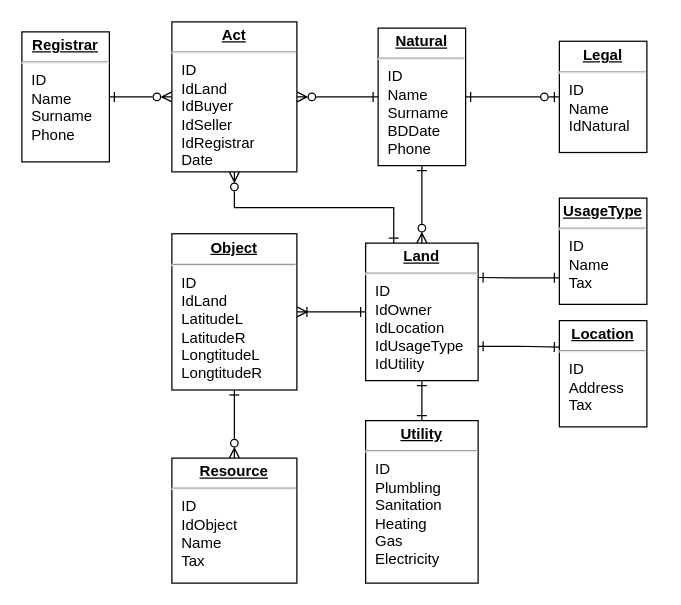
Above: page "Page-1" (1 of 2) of ER-Diagrams/ER Model.drawio in MilaHalko/CurseWork-DB (draw.io), before the change. Source tidied: cells renumbered, new cells numbered last; positions are measured from the earlier drawing's top-left corner, leaving out a move shared by most shapes. Both pictures are drawn from the tidied source at 125%, with x=0, y=0 at pixel (21, 21).
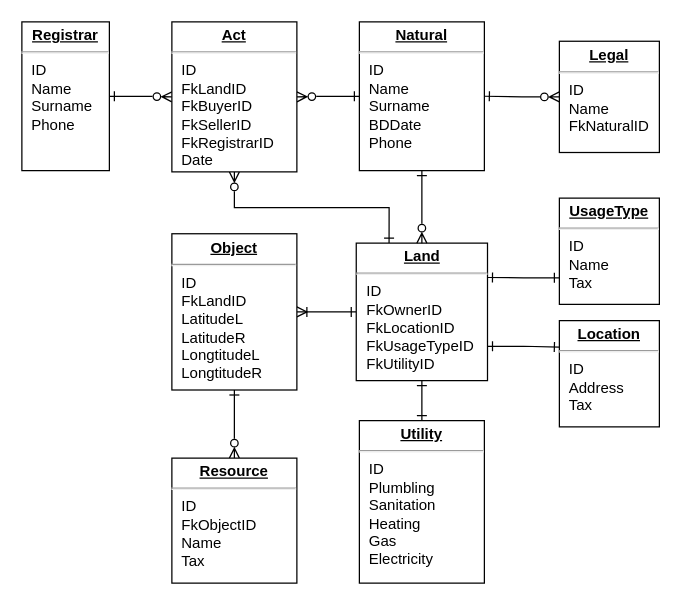
Above is the later version.

Commit message (it also covers changes not shown here):
ER and DB models are constructed by script

Diff of the diagram source:
```diff
@@
-    <mxCell id="6" value="&lt;p style=&quot;margin: 0px ; margin-top: 4px ; text-align: center ; text-decoration: underline&quot;&gt;&lt;b&gt;Land&lt;/b&gt;&lt;/p&gt;&lt;hr&gt;&lt;p style=&quot;margin: 0px ; margin-left: 8px&quot;&gt;ID&lt;/p&gt;&lt;p style=&quot;margin: 0px ; margin-left: 8px&quot;&gt;IdOwner&lt;/p&gt;&lt;p style=&quot;margin: 0px ; margin-left: 8px&quot;&gt;IdLocation&lt;/p&gt;&lt;p style=&quot;margin: 0px ; margin-left: 8px&quot;&gt;IdUsageType&lt;/p&gt;&lt;p style=&quot;margin: 0px ; margin-left: 8px&quot;&gt;IdUtility&lt;/p&gt;&lt;p style=&quot;margin: 0px ; margin-left: 8px&quot;&gt;&lt;br&gt;&lt;/p&gt;" style="verticalAlign=top;align=left;overflow=fill;fontSize=12;fontFamily=Helvetica;html=1;" parent="1" vertex="1">
-      <mxGeometry x="275" y="177" width="90" height="110" as="geometry" />
+    <mxCell id="6" value="&lt;p style=&quot;margin: 0px ; margin-top: 4px ; text-align: center ; text-decoration: underline&quot;&gt;&lt;b&gt;Land&lt;/b&gt;&lt;/p&gt;&lt;hr&gt;&lt;p style=&quot;margin: 0px ; margin-left: 8px&quot;&gt;ID&lt;/p&gt;&lt;p style=&quot;margin: 0px ; margin-left: 8px&quot;&gt;FkOwnerID&lt;/p&gt;&lt;p style=&quot;margin: 0px ; margin-left: 8px&quot;&gt;FkLocationID&lt;/p&gt;&lt;p style=&quot;margin: 0px ; margin-left: 8px&quot;&gt;FkUsageTypeID&lt;/p&gt;&lt;p style=&quot;margin: 0px ; margin-left: 8px&quot;&gt;FkUtilityID&lt;/p&gt;&lt;p style=&quot;margin: 0px ; margin-left: 8px&quot;&gt;&lt;br&gt;&lt;/p&gt;" style="verticalAlign=top;align=left;overflow=fill;fontSize=12;fontFamily=Helvetica;html=1;" parent="1" vertex="1">
+      <mxGeometry x="267.5" y="177" width="105" height="110" as="geometry" />
     </mxCell>
@@
     <mxCell id="10" value="&lt;p style=&quot;margin: 0px ; margin-top: 4px ; text-align: center ; text-decoration: underline&quot;&gt;&lt;b&gt;Natural&lt;/b&gt;&lt;/p&gt;&lt;hr&gt;&lt;p style=&quot;margin: 0px ; margin-left: 8px&quot;&gt;ID&lt;/p&gt;&lt;p style=&quot;margin: 0px ; margin-left: 8px&quot;&gt;Name&lt;/p&gt;&lt;p style=&quot;margin: 0px ; margin-left: 8px&quot;&gt;Surname&lt;/p&gt;&lt;p style=&quot;margin: 0px ; margin-left: 8px&quot;&gt;BDDate&lt;/p&gt;&lt;p style=&quot;margin: 0px ; margin-left: 8px&quot;&gt;Phone&lt;/p&gt;&lt;p style=&quot;margin: 0px ; margin-left: 8px&quot;&gt;&lt;br&gt;&lt;/p&gt;" style="verticalAlign=top;align=left;overflow=fill;fontSize=12;fontFamily=Helvetica;html=1;" parent="1" vertex="1">
-      <mxGeometry x="285" y="5" width="70" height="110" as="geometry" />
+      <mxGeometry x="270" width="100" height="119" as="geometry" />
     </mxCell>
-    <mxCell id="11" style="edgeStyle=orthogonalEdgeStyle;rounded=0;jettySize=auto;html=1;exitX=0;exitY=0.5;exitDx=0;exitDy=0;entryX=1;entryY=0.5;entryDx=0;entryDy=0;startArrow=ERzeroToOne;startFill=0;endArrow=ERone;endFill=0;" parent="1" edge="1" source="12" target="10">
+    <mxCell id="11" style="edgeStyle=orthogonalEdgeStyle;rounded=0;jettySize=auto;html=1;exitX=0;exitY=0.5;exitDx=0;exitDy=0;entryX=1;entryY=0.5;entryDx=0;entryDy=0;startArrow=ERzeroToMany;startFill=0;endArrow=ERone;endFill=0;" parent="1" edge="1" source="12" target="10">
       <mxGeometry relative="1" as="geometry" />
     </mxCell>
-    <mxCell id="12" value="&lt;p style=&quot;margin: 0px ; margin-top: 4px ; text-align: center ; text-decoration: underline&quot;&gt;&lt;b&gt;Legal&lt;/b&gt;&lt;/p&gt;&lt;hr&gt;&lt;p style=&quot;margin: 0px ; margin-left: 8px&quot;&gt;ID&lt;/p&gt;&lt;p style=&quot;margin: 0px ; margin-left: 8px&quot;&gt;Name&lt;/p&gt;&lt;p style=&quot;margin: 0px ; margin-left: 8px&quot;&gt;IdNatural&lt;/p&gt;&lt;p style=&quot;margin: 0px ; margin-left: 8px&quot;&gt;&lt;br&gt;&lt;/p&gt;" style="verticalAlign=top;align=left;overflow=fill;fontSize=12;fontFamily=Helvetica;html=1;" parent="1" vertex="1">
-      <mxGeometry x="430" y="15.5" width="70" height="89" as="geometry" />
+    <mxCell id="12" value="&lt;p style=&quot;margin: 0px ; margin-top: 4px ; text-align: center ; text-decoration: underline&quot;&gt;&lt;b&gt;Legal&lt;/b&gt;&lt;/p&gt;&lt;hr&gt;&lt;p style=&quot;margin: 0px ; margin-left: 8px&quot;&gt;ID&lt;/p&gt;&lt;p style=&quot;margin: 0px ; margin-left: 8px&quot;&gt;Name&lt;/p&gt;&lt;p style=&quot;margin: 0px ; margin-left: 8px&quot;&gt;FkNaturalID&lt;/p&gt;&lt;p style=&quot;margin: 0px ; margin-left: 8px&quot;&gt;&lt;br&gt;&lt;/p&gt;" style="verticalAlign=top;align=left;overflow=fill;fontSize=12;fontFamily=Helvetica;html=1;" parent="1" vertex="1">
+      <mxGeometry x="430" y="15.5" width="80" height="89" as="geometry" />
     </mxCell>
     <mxCell id="13" value="&lt;p style=&quot;margin: 0px ; margin-top: 4px ; text-align: center ; text-decoration: underline&quot;&gt;&lt;b&gt;Location&lt;/b&gt;&lt;/p&gt;&lt;hr&gt;&lt;p style=&quot;margin: 0px ; margin-left: 8px&quot;&gt;ID&lt;/p&gt;&lt;p style=&quot;margin: 0px ; margin-left: 8px&quot;&gt;Address&lt;/p&gt;&lt;p style=&quot;margin: 0px ; margin-left: 8px&quot;&gt;Tax&lt;/p&gt;&lt;p style=&quot;margin: 0px ; margin-left: 8px&quot;&gt;&lt;br&gt;&lt;/p&gt;&lt;p style=&quot;margin: 0px ; margin-left: 8px&quot;&gt;&lt;br&gt;&lt;/p&gt;" style="verticalAlign=top;align=left;overflow=fill;fontSize=12;fontFamily=Helvetica;html=1;" parent="1" vertex="1">
-      <mxGeometry x="430" y="239" width="70" height="85" as="geometry" />
+      <mxGeometry x="430" y="239" width="80" height="85" as="geometry" />
     </mxCell>
@@
     <mxCell id="15" value="&lt;p style=&quot;margin: 0px ; margin-top: 4px ; text-align: center ; text-decoration: underline&quot;&gt;&lt;b&gt;UsageType&lt;/b&gt;&lt;/p&gt;&lt;hr&gt;&lt;p style=&quot;margin: 0px ; margin-left: 8px&quot;&gt;ID&lt;/p&gt;&lt;p style=&quot;margin: 0px ; margin-left: 8px&quot;&gt;Name&lt;/p&gt;&lt;p style=&quot;margin: 0px ; margin-left: 8px&quot;&gt;Tax&lt;/p&gt;&lt;p style=&quot;margin: 0px ; margin-left: 8px&quot;&gt;&lt;br&gt;&lt;/p&gt;" style="verticalAlign=top;align=left;overflow=fill;fontSize=12;fontFamily=Helvetica;html=1;" parent="1" vertex="1">
-      <mxGeometry x="430" y="141" width="70" height="85" as="geometry" />
+      <mxGeometry x="430" y="141" width="80" height="85" as="geometry" />
     </mxCell>
@@
-    <mxCell id="17" value="&lt;p style=&quot;margin: 0px ; margin-top: 4px ; text-align: center ; text-decoration: underline&quot;&gt;&lt;b&gt;Object&lt;/b&gt;&lt;/p&gt;&lt;hr&gt;&lt;p style=&quot;margin: 0px ; margin-left: 8px&quot;&gt;ID&lt;/p&gt;&lt;p style=&quot;margin: 0px ; margin-left: 8px&quot;&gt;IdLand&lt;/p&gt;&lt;p style=&quot;margin: 0px ; margin-left: 8px&quot;&gt;LatitudeL&lt;/p&gt;&lt;p style=&quot;margin: 0px ; margin-left: 8px&quot;&gt;LatitudeR&lt;/p&gt;&lt;p style=&quot;margin: 0px ; margin-left: 8px&quot;&gt;LongtitudeL&lt;/p&gt;&lt;p style=&quot;margin: 0px ; margin-left: 8px&quot;&gt;LongtitudeR&lt;/p&gt;&lt;p style=&quot;margin: 0px ; margin-left: 8px&quot;&gt;&lt;br&gt;&lt;/p&gt;" style="verticalAlign=top;align=left;overflow=fill;fontSize=12;fontFamily=Helvetica;html=1;" parent="1" vertex="1">
+    <mxCell id="17" value="&lt;p style=&quot;margin: 0px ; margin-top: 4px ; text-align: center ; text-decoration: underline&quot;&gt;&lt;b&gt;Object&lt;/b&gt;&lt;/p&gt;&lt;hr&gt;&lt;p style=&quot;margin: 0px ; margin-left: 8px&quot;&gt;ID&lt;/p&gt;&lt;p style=&quot;margin: 0px ; margin-left: 8px&quot;&gt;FkLandID&lt;/p&gt;&lt;p style=&quot;margin: 0px ; margin-left: 8px&quot;&gt;LatitudeL&lt;/p&gt;&lt;p style=&quot;margin: 0px ; margin-left: 8px&quot;&gt;LatitudeR&lt;/p&gt;&lt;p style=&quot;margin: 0px ; margin-left: 8px&quot;&gt;LongtitudeL&lt;/p&gt;&lt;p style=&quot;margin: 0px ; margin-left: 8px&quot;&gt;LongtitudeR&lt;/p&gt;&lt;p style=&quot;margin: 0px ; margin-left: 8px&quot;&gt;&lt;br&gt;&lt;/p&gt;" style="verticalAlign=top;align=left;overflow=fill;fontSize=12;fontFamily=Helvetica;html=1;" parent="1" vertex="1">
       <mxGeometry x="120" y="169.5" width="100" height="125" as="geometry" />
     </mxCell>
-    <mxCell id="18" value="&lt;p style=&quot;margin: 0px ; margin-top: 4px ; text-align: center ; text-decoration: underline&quot;&gt;&lt;b&gt;Resource&lt;/b&gt;&lt;/p&gt;&lt;hr&gt;&lt;p style=&quot;margin: 0px ; margin-left: 8px&quot;&gt;ID&lt;/p&gt;&lt;p style=&quot;margin: 0px ; margin-left: 8px&quot;&gt;IdObject&lt;/p&gt;&lt;p style=&quot;margin: 0px ; margin-left: 8px&quot;&gt;Name&lt;/p&gt;&lt;p style=&quot;margin: 0px ; margin-left: 8px&quot;&gt;Tax&lt;/p&gt;&lt;p style=&quot;margin: 0px ; margin-left: 8px&quot;&gt;&lt;br&gt;&lt;/p&gt;" style="verticalAlign=top;align=left;overflow=fill;fontSize=12;fontFamily=Helvetica;html=1;" parent="1" vertex="1">
+    <mxCell id="18" value="&lt;p style=&quot;margin: 0px ; margin-top: 4px ; text-align: center ; text-decoration: underline&quot;&gt;&lt;b&gt;Resource&lt;/b&gt;&lt;/p&gt;&lt;hr&gt;&lt;p style=&quot;margin: 0px ; margin-left: 8px&quot;&gt;ID&lt;/p&gt;&lt;p style=&quot;margin: 0px ; margin-left: 8px&quot;&gt;FkObjectID&lt;/p&gt;&lt;p style=&quot;margin: 0px ; margin-left: 8px&quot;&gt;Name&lt;/p&gt;&lt;p style=&quot;margin: 0px ; margin-left: 8px&quot;&gt;Tax&lt;/p&gt;&lt;p style=&quot;margin: 0px ; margin-left: 8px&quot;&gt;&lt;br&gt;&lt;/p&gt;" style="verticalAlign=top;align=left;overflow=fill;fontSize=12;fontFamily=Helvetica;html=1;" parent="1" vertex="1">
       <mxGeometry x="120" y="349" width="100" height="100" as="geometry" />
     </mxCell>
     <mxCell id="19" value="&lt;p style=&quot;margin: 0px ; margin-top: 4px ; text-align: center ; text-decoration: underline&quot;&gt;&lt;b&gt;Utility&lt;/b&gt;&lt;/p&gt;&lt;hr&gt;&lt;p style=&quot;margin: 0px ; margin-left: 8px&quot;&gt;ID&lt;/p&gt;&lt;p style=&quot;margin: 0px ; margin-left: 8px&quot;&gt;Plumbling&lt;/p&gt;&lt;p style=&quot;margin: 0px ; margin-left: 8px&quot;&gt;Sanitation&lt;/p&gt;&lt;p style=&quot;margin: 0px ; margin-left: 8px&quot;&gt;Heating&lt;/p&gt;&lt;p style=&quot;margin: 0px ; margin-left: 8px&quot;&gt;Gas&lt;/p&gt;&lt;p style=&quot;margin: 0px ; margin-left: 8px&quot;&gt;Electricity&lt;/p&gt;&lt;p style=&quot;margin: 0px ; margin-left: 8px&quot;&gt;&lt;br&gt;&lt;/p&gt;" style="verticalAlign=top;align=left;overflow=fill;fontSize=12;fontFamily=Helvetica;html=1;" parent="1" vertex="1">
-      <mxGeometry x="275" y="319" width="90" height="130" as="geometry" />
+      <mxGeometry x="270" y="319" width="100" height="130" as="geometry" />
     </mxCell>
@@
     <mxCell id="21" value="&lt;p style=&quot;margin: 0px ; margin-top: 4px ; text-align: center ; text-decoration: underline&quot;&gt;&lt;b&gt;Registrar&lt;/b&gt;&lt;/p&gt;&lt;hr&gt;&lt;p style=&quot;margin: 0px ; margin-left: 8px&quot;&gt;ID&lt;/p&gt;&lt;p style=&quot;margin: 0px ; margin-left: 8px&quot;&gt;Name&lt;/p&gt;&lt;p style=&quot;margin: 0px ; margin-left: 8px&quot;&gt;Surname&lt;/p&gt;&lt;p style=&quot;margin: 0px ; margin-left: 8px&quot;&gt;Phone&lt;/p&gt;&lt;p style=&quot;margin: 0px ; margin-left: 8px&quot;&gt;&lt;br&gt;&lt;/p&gt;" style="verticalAlign=top;align=left;overflow=fill;fontSize=12;fontFamily=Helvetica;html=1;" parent="1" vertex="1">
-      <mxGeometry y="8" width="70" height="104" as="geometry" />
+      <mxGeometry width="70" height="119" as="geometry" />
     </mxCell>
-    <mxCell id="22" value="&lt;p style=&quot;margin: 0px ; margin-top: 4px ; text-align: center ; text-decoration: underline&quot;&gt;&lt;b&gt;Act&lt;/b&gt;&lt;/p&gt;&lt;hr&gt;&lt;p style=&quot;margin: 0px ; margin-left: 8px&quot;&gt;ID&lt;/p&gt;&lt;p style=&quot;margin: 0px ; margin-left: 8px&quot;&gt;IdLand&lt;/p&gt;&lt;p style=&quot;margin: 0px ; margin-left: 8px&quot;&gt;IdBuyer&lt;/p&gt;&lt;p style=&quot;margin: 0px ; margin-left: 8px&quot;&gt;IdSeller&lt;/p&gt;&lt;p style=&quot;margin: 0px ; margin-left: 8px&quot;&gt;IdRegistrar&lt;/p&gt;&lt;p style=&quot;margin: 0px ; margin-left: 8px&quot;&gt;Date&lt;/p&gt;&lt;p style=&quot;margin: 0px ; margin-left: 8px&quot;&gt;&lt;br&gt;&lt;/p&gt;" style="verticalAlign=top;align=left;overflow=fill;fontSize=12;fontFamily=Helvetica;html=1;" parent="1" vertex="1">
+    <mxCell id="22" value="&lt;p style=&quot;margin: 0px ; margin-top: 4px ; text-align: center ; text-decoration: underline&quot;&gt;&lt;b&gt;Act&lt;/b&gt;&lt;/p&gt;&lt;hr&gt;&lt;p style=&quot;margin: 0px ; margin-left: 8px&quot;&gt;ID&lt;/p&gt;&lt;p style=&quot;margin: 0px ; margin-left: 8px&quot;&gt;FkLandID&lt;/p&gt;&lt;p style=&quot;margin: 0px ; margin-left: 8px&quot;&gt;FkBuyerID&lt;/p&gt;&lt;p style=&quot;margin: 0px ; margin-left: 8px&quot;&gt;FkSellerID&lt;/p&gt;&lt;p style=&quot;margin: 0px ; margin-left: 8px&quot;&gt;FkRegistrarID&lt;/p&gt;&lt;p style=&quot;margin: 0px ; margin-left: 8px&quot;&gt;Date&lt;/p&gt;&lt;p style=&quot;margin: 0px ; margin-left: 8px&quot;&gt;&lt;br&gt;&lt;/p&gt;" style="verticalAlign=top;align=left;overflow=fill;fontSize=12;fontFamily=Helvetica;html=1;" parent="1" vertex="1">
       <mxGeometry x="120" width="100" height="120" as="geometry" />
     </mxCell>
```
